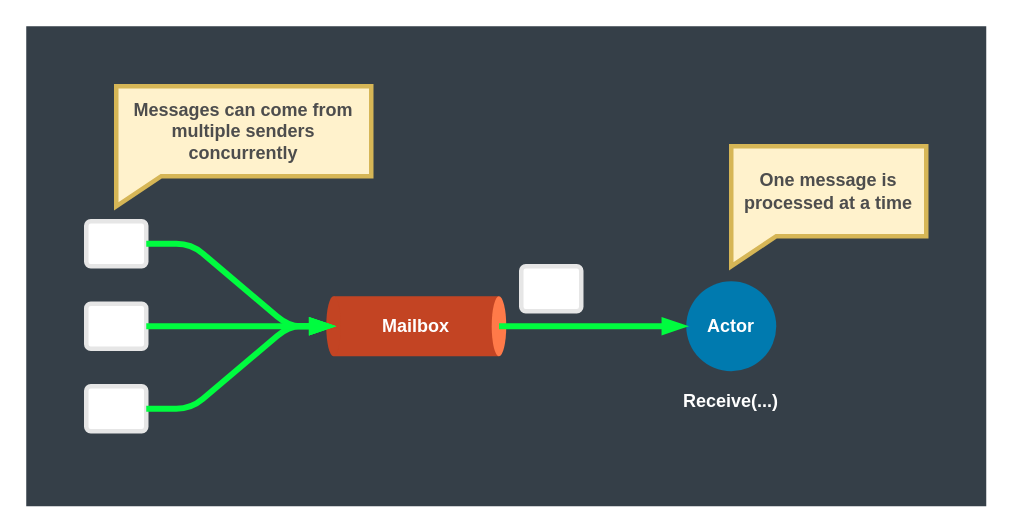
Before: page "Actor" (2 of 5) of hugo/content/docs/cluster/intro/clusterintro.drawio in asynkron/protoactor-website, a draw.io diagram. Source tidied: cells renumbered, new cells numbered last; positions are measured from the earlier drawing's top-left corner, leaving out a move shared by most shapes. Both pictures are drawn from the tidied source at 150%, with x=0, y=0 at pixel (26, 26).
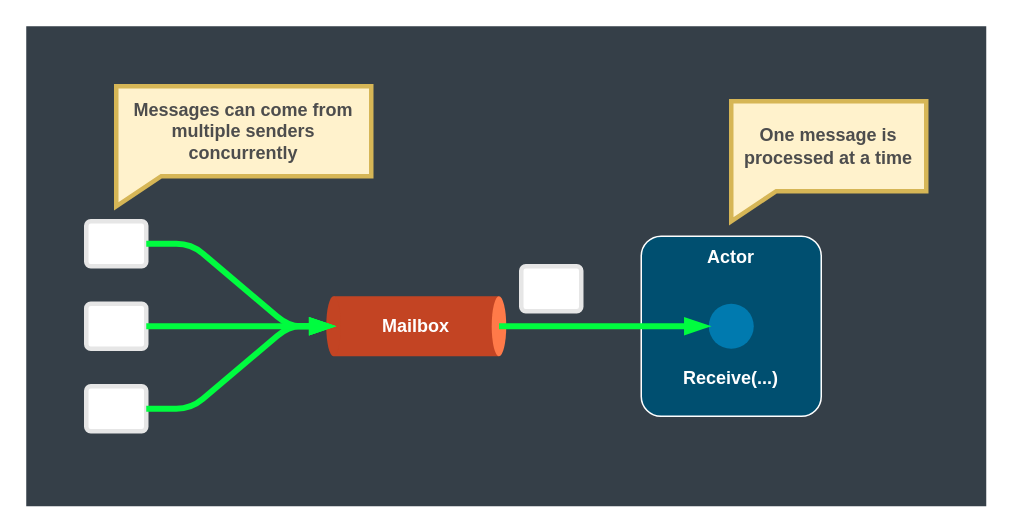
Above is the later version.

The edit, as a diff of the source:
```diff
@@
 <mxGraphModel>
   <root>
     <mxCell id="0" />
     <mxCell id="1" parent="0" />
     <mxCell id="2" style="rounded=0;whiteSpace=wrap;html=1;fontColor=#FFFFFF;strokeColor=none;fillColor=#353F48;" parent="1" vertex="1">
       <mxGeometry width="640" height="320" as="geometry" />
     </mxCell>
     <mxCell id="3" value="One message is processed at a time" style="shape=callout;whiteSpace=wrap;html=1;perimeter=calloutPerimeter;strokeColor=#d6b656;strokeWidth=3;fillColor=#fff2cc;size=20;position=0;base=30;position2=0;fontStyle=1;fontColor=#4D4D4D;" parent="1" vertex="1">
-      <mxGeometry x="470" y="80" width="130" height="80" as="geometry" />
+      <mxGeometry x="470" y="50" width="130" height="80" as="geometry" />
     </mxCell>
     <mxCell id="4" value="Messages can come from multiple senders concurrently" style="shape=callout;whiteSpace=wrap;html=1;perimeter=calloutPerimeter;strokeColor=#d6b656;strokeWidth=3;fillColor=#fff2cc;size=20;position=0;base=30;position2=0;fontStyle=1;fontColor=#4D4D4D;" parent="1" vertex="1">
       <mxGeometry x="60" y="40" width="170" height="80" as="geometry" />
     </mxCell>
     <mxCell id="5" style="group;fontColor=#FFFFFF;" parent="1" vertex="1">
       <mxGeometry x="200" y="180" width="120" height="40" as="geometry" />
     </mxCell>
     <mxCell id="6" value="Mailbox" style="rounded=0;whiteSpace=wrap;html=1;fontFamily=Helvetica;fontSize=12;align=center;strokeWidth=3;fillColor=#C34423;strokeColor=none;fontColor=#FFFFFF;fontStyle=1;" parent="5" vertex="1">
       <mxGeometry x="4.9" width="110.3" height="40" as="geometry" />
     </mxCell>
     <mxCell id="7" style="ellipse;whiteSpace=wrap;html=1;fontFamily=Helvetica;fontSize=12;fontColor=#4D4D4D;align=center;strokeWidth=3;fillColor=#FF7A49;strokeColor=none;" parent="5" vertex="1">
       <mxGeometry x="110.3" width="9.7" height="40" as="geometry" />
     </mxCell>
     <mxCell id="8" style="ellipse;whiteSpace=wrap;html=1;fontFamily=Helvetica;fontSize=12;fontColor=#4D4D4D;align=center;strokeWidth=3;strokeColor=none;fillColor=#C34423;" parent="5" vertex="1">
       <mxGeometry width="9.7" height="40" as="geometry" />
     </mxCell>
     <mxCell id="9" style="rounded=1;whiteSpace=wrap;html=1;fontStyle=1;arcSize=10;strokeColor=#E6E6E6;strokeWidth=3;fontColor=#4D4D4D;" parent="1" vertex="1">
       <mxGeometry x="330" y="160" width="40" height="30" as="geometry" />
     </mxCell>
     <mxCell id="10" style="rounded=1;whiteSpace=wrap;html=1;fontStyle=1;arcSize=10;strokeColor=#E6E6E6;strokeWidth=3;fontColor=#4D4D4D;" parent="1" vertex="1">
       <mxGeometry x="40" y="130" width="40" height="30" as="geometry" />
     </mxCell>
     <mxCell id="11" style="rounded=1;whiteSpace=wrap;html=1;fontStyle=1;arcSize=10;strokeColor=#E6E6E6;strokeWidth=3;fontColor=#4D4D4D;" parent="1" vertex="1">
       <mxGeometry x="40" y="185" width="40" height="30" as="geometry" />
     </mxCell>
     <mxCell id="12" style="rounded=1;whiteSpace=wrap;html=1;fontStyle=1;arcSize=10;strokeColor=#E6E6E6;strokeWidth=3;fontColor=#4D4D4D;" parent="1" vertex="1">
       <mxGeometry x="40" y="240" width="40" height="30" as="geometry" />
     </mxCell>
     <mxCell id="13" style="rounded=1;sketch=0;jumpStyle=none;jettySize=auto;html=1;shadow=0;endArrow=blockThin;endFill=1;strokeColor=#00FC3F;strokeWidth=4;fontColor=#FFFFFF;edgeStyle=entityRelationEdgeStyle;" parent="1" edge="1" source="12" target="6">
       <mxGeometry relative="1" as="geometry" />
     </mxCell>
     <mxCell id="14" style="rounded=1;sketch=0;jumpStyle=none;jettySize=auto;html=1;shadow=0;endArrow=blockThin;endFill=1;strokeColor=#00FC3F;strokeWidth=4;fontColor=#FFFFFF;edgeStyle=entityRelationEdgeStyle;" parent="1" edge="1" source="10" target="6">
       <mxGeometry relative="1" as="geometry" />
     </mxCell>
     <mxCell id="15" style="rounded=1;sketch=0;jumpStyle=none;jettySize=auto;html=1;shadow=0;endArrow=blockThin;endFill=1;strokeColor=#00FC3F;strokeWidth=4;fontColor=#FFFFFF;" parent="1" edge="1" source="11" target="6">
       <mxGeometry relative="1" as="geometry" />
     </mxCell>
-    <mxCell id="16" value="Actor" style="ellipse;whiteSpace=wrap;html=1;strokeWidth=3;fontColor=#FFFFFF;fontStyle=1;strokeColor=none;fillColor=#007AAF;" parent="1" vertex="1">
-      <mxGeometry x="440" y="170" width="60" height="60" as="geometry" />
+    <mxCell id="16" value="Actor" style="rounded=1;whiteSpace=wrap;html=1;shadow=0;glass=0;strokeWidth=1;fontSize=12;arcSize=11;verticalAlign=top;fontColor=#FFFFFF;fontStyle=1;fillColor=#004F70;strokeColor=#FFFFFF;" parent="1" vertex="1">
+      <mxGeometry x="410" y="140" width="120" height="120" as="geometry" />
     </mxCell>
+    <mxCell id="19" style="ellipse;whiteSpace=wrap;html=1;strokeWidth=3;fontColor=#FFFFFF;fontStyle=1;strokeColor=none;fillColor=#007AAF;" parent="1" vertex="1">
+      <mxGeometry x="455" y="185" width="30" height="30" as="geometry" />
+    </mxCell>
+    <mxCell id="18" value="Receive(...)" style="text;html=1;strokeColor=none;fillColor=none;align=center;verticalAlign=middle;whiteSpace=wrap;rounded=0;fontColor=#FFFFFF;fontStyle=1;" parent="1" vertex="1">
+      <mxGeometry x="420" y="225" width="100" height="20" as="geometry" />
+    </mxCell>
-    <mxCell id="17" style="rounded=1;sketch=0;jumpStyle=none;jettySize=auto;html=1;shadow=0;endArrow=blockThin;endFill=1;strokeColor=#00FC3F;strokeWidth=4;fontColor=#FFFFFF;" parent="1" edge="1" source="6" target="16">
+    <mxCell id="17" style="rounded=1;sketch=0;jumpStyle=none;jettySize=auto;html=1;shadow=0;endArrow=blockThin;endFill=1;strokeColor=#00FC3F;strokeWidth=4;fontColor=#FFFFFF;entryX=0;entryY=0.5;entryDx=0;entryDy=0;" parent="1" edge="1" source="6" target="19">
       <mxGeometry relative="1" as="geometry" />
     </mxCell>
-    <mxCell id="18" value="Receive(...)" style="text;html=1;strokeColor=none;fillColor=none;align=center;verticalAlign=middle;whiteSpace=wrap;rounded=0;fontColor=#FFFFFF;fontStyle=1;" parent="1" vertex="1">
-      <mxGeometry x="420" y="240" width="100" height="20" as="geometry" />
-    </mxCell>
   </root>
 </mxGraphModel>
```
